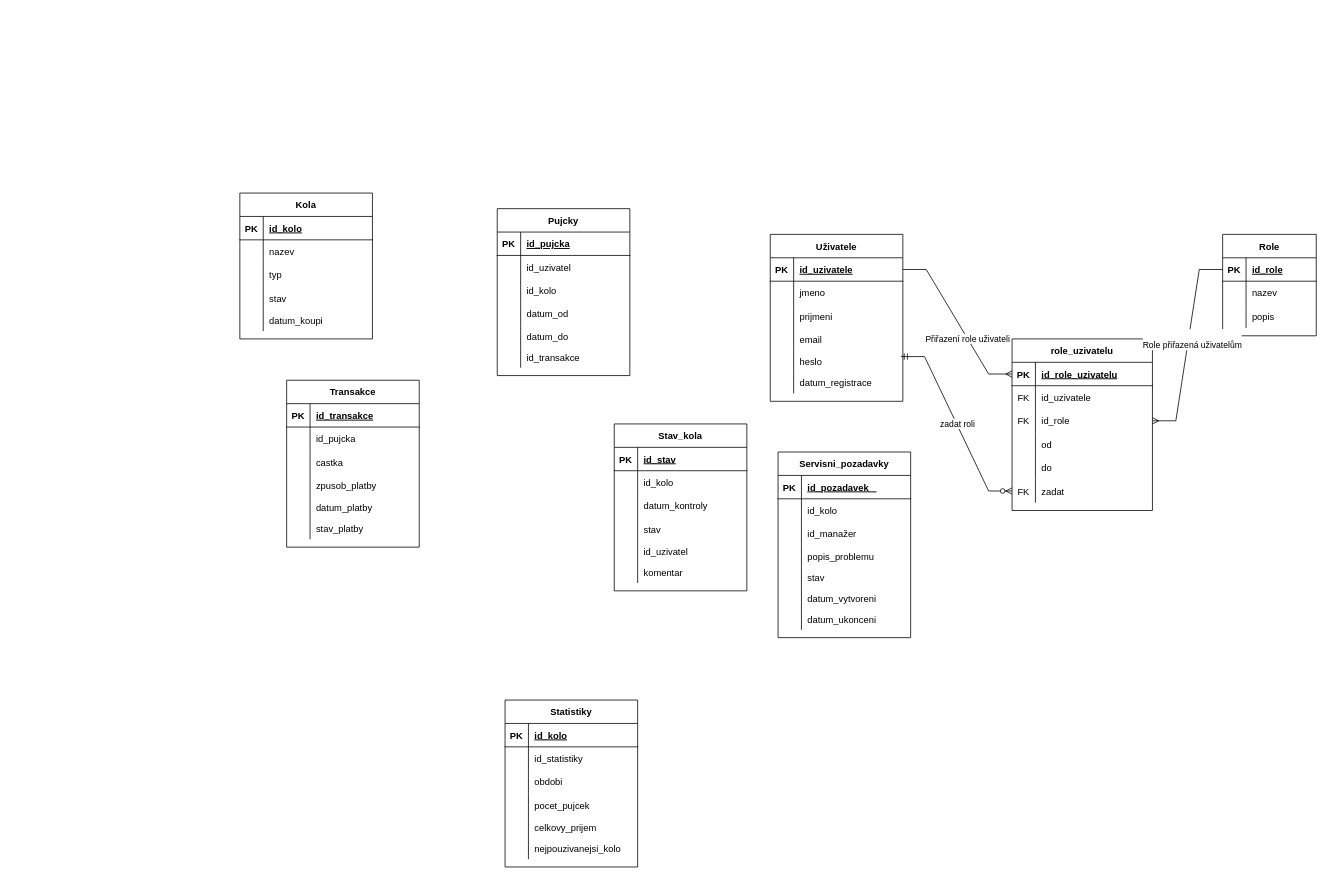
Above: diagrams/main_ERD_v2.drawio in xchubuk/vwa_zs2024-2025_xchubuk_xiur (draw.io), before the change. Source tidied: cells renumbered, new cells numbered last; positions are measured from the earlier drawing's top-left corner, leaving out a move shared by most shapes. Both pictures are drawn from the tidied source at 78%, with x=0, y=0 at pixel (239, 193).
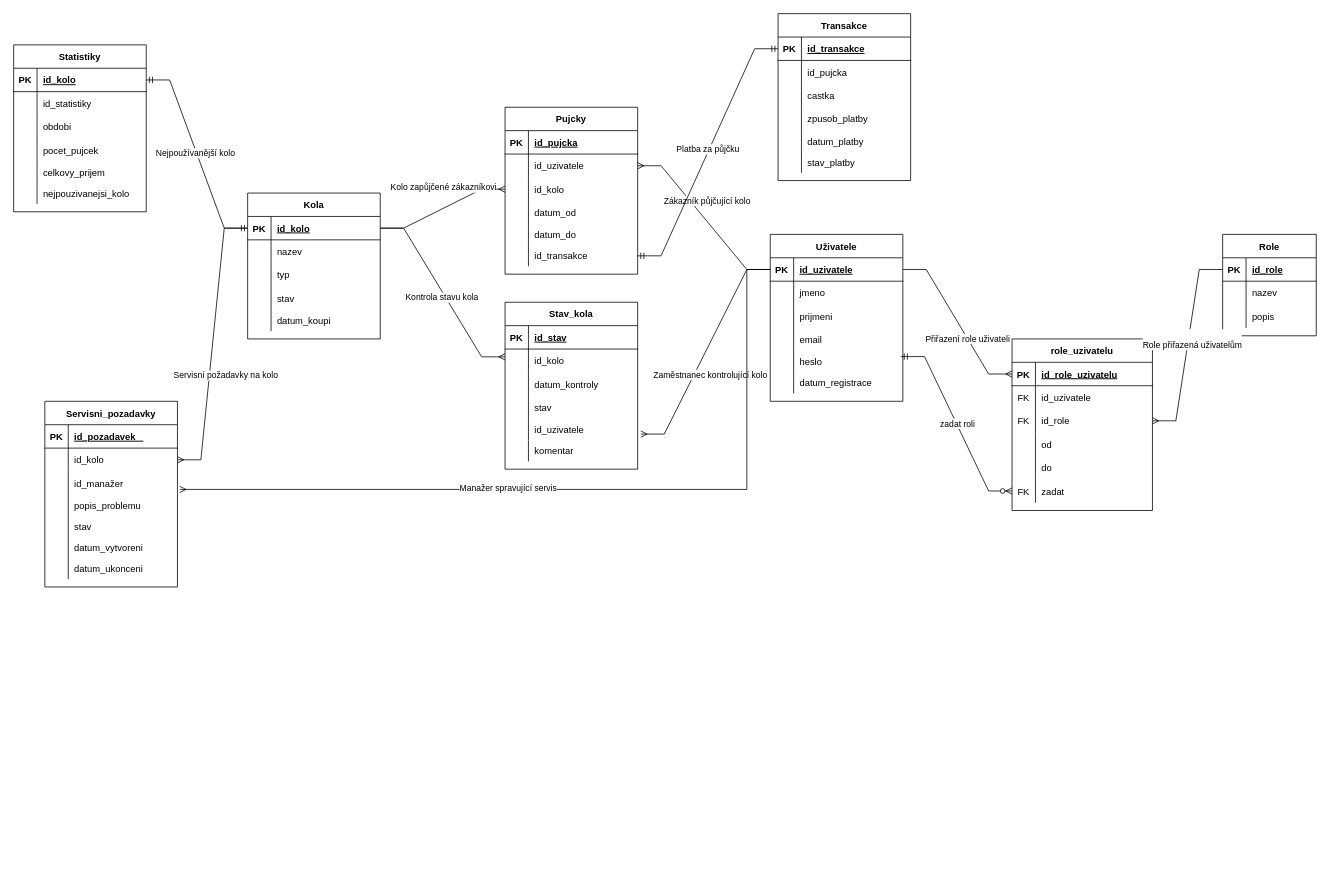
After the change.

The change refers to these unchanged cells:
```xml
<mxCell id="32" style="shape=partialRectangle;fillColor=none;points=[[0,0.5],[1,0.5]];portConstraint=eastwest;top=0;left=0;right=0;bottom=1;" parent="31" vertex="1">
  <mxGeometry y="30" width="170" height="30" as="geometry" />
</mxCell>
<mxCell id="57" style="shape=partialRectangle;fillColor=none;points=[[0,0.5],[1,0.5]];portConstraint=eastwest;top=0;left=0;right=0;bottom=1;" parent="56" vertex="1">
  <mxGeometry y="30" width="170" height="30" as="geometry" />
</mxCell>
<mxCell id="76" style="shape=partialRectangle;fillColor=none;points=[[0,0.5],[1,0.5]];portConstraint=eastwest;top=0;left=0;right=0;bottom=0;" parent="72" vertex="1">
  <mxGeometry y="60" width="170" height="30" as="geometry" />
</mxCell>
<mxCell id="79" style="shape=partialRectangle;fillColor=none;points=[[0,0.5],[1,0.5]];portConstraint=eastwest;top=0;left=0;right=0;bottom=0;" parent="72" vertex="1">
  <mxGeometry y="90" width="170" height="30" as="geometry" />
</mxCell>
<mxCell id="88" style="shape=partialRectangle;fillColor=none;points=[[0,0.5],[1,0.5]];portConstraint=eastwest;top=0;left=0;right=0;bottom=0;" parent="72" vertex="1">
  <mxGeometry y="177" width="170" height="27" as="geometry" />
</mxCell>
<mxCell id="95" style="shape=partialRectangle;fillColor=none;points=[[0,0.5],[1,0.5]];portConstraint=eastwest;top=0;left=0;right=0;bottom=0;" parent="91" vertex="1">
  <mxGeometry y="60" width="170" height="30" as="geometry" />
</mxCell>
<mxCell id="104" style="shape=partialRectangle;fillColor=none;points=[[0,0.5],[1,0.5]];portConstraint=eastwest;top=0;left=0;right=0;bottom=0;" parent="91" vertex="1">
  <mxGeometry y="150" width="170" height="27" as="geometry" />
</mxCell>
<mxCell id="114" style="shape=partialRectangle;fillColor=none;points=[[0,0.5],[1,0.5]];portConstraint=eastwest;top=0;left=0;right=0;bottom=0;" parent="110" vertex="1">
  <mxGeometry y="60" width="170" height="30" as="geometry" />
</mxCell>
<mxCell id="117" style="shape=partialRectangle;fillColor=none;points=[[0,0.5],[1,0.5]];portConstraint=eastwest;top=0;left=0;right=0;bottom=0;" parent="110" vertex="1">
  <mxGeometry y="90" width="170" height="30" as="geometry" />
</mxCell>
<mxCell id="133" style="shape=partialRectangle;fillColor=none;points=[[0,0.5],[1,0.5]];portConstraint=eastwest;top=0;left=0;right=0;bottom=1;" parent="132" vertex="1">
  <mxGeometry y="30" width="170" height="30" as="geometry" />
</mxCell>
<mxCell id="152" style="shape=partialRectangle;fillColor=none;points=[[0,0.5],[1,0.5]];portConstraint=eastwest;top=0;left=0;right=0;bottom=1;" parent="151" vertex="1">
  <mxGeometry y="30" width="170" height="30" as="geometry" />
</mxCell>
```

Diff of the diagram source:
```diff
@@
     <mxCell id="56" value="Kola" style="shape=table;startSize=30;childLayout=tableLayout;rowLines=0;fontStyle=1;align=center;" parent="1" vertex="1">
-      <mxGeometry width="170" height="187" as="geometry" />
+      <mxGeometry x="10" width="170" height="187" as="geometry" />
     </mxCell>
@@
     <mxCell id="72" value="Pujcky" style="shape=table;startSize=30;childLayout=tableLayout;rowLines=0;fontStyle=1;align=center;" parent="1" vertex="1">
-      <mxGeometry x="330" y="20" width="170" height="214" as="geometry" />
+      <mxGeometry x="340" y="-110" width="170" height="214" as="geometry" />
     </mxCell>
@@
-    <mxCell id="78" value="id_uzivatel" style="shape=partialRectangle;overflow=hidden;fillColor=none;top=0;left=0;bottom=0;right=0;align=left;spacingLeft=6;" parent="76" vertex="1">
+    <mxCell id="78" value="id_uzivatele" style="shape=partialRectangle;overflow=hidden;fillColor=none;top=0;left=0;bottom=0;right=0;align=left;spacingLeft=6;" parent="76" vertex="1">
       <mxGeometry x="30" width="140" height="30" as="geometry" />
     </mxCell>
@@
     <mxCell id="91" value="Stav_kola" style="shape=table;startSize=30;childLayout=tableLayout;rowLines=0;fontStyle=1;align=center;" parent="1" vertex="1">
-      <mxGeometry x="480" y="296" width="170" height="214" as="geometry" />
+      <mxGeometry x="340" y="140" width="170" height="214" as="geometry" />
     </mxCell>
@@
-    <mxCell id="106" value="id_uzivatel" style="shape=partialRectangle;overflow=hidden;fillColor=none;top=0;left=0;bottom=0;right=0;align=left;spacingLeft=6;" parent="104" vertex="1">
+    <mxCell id="106" value="id_uzivatele" style="shape=partialRectangle;overflow=hidden;fillColor=none;top=0;left=0;bottom=0;right=0;align=left;spacingLeft=6;" parent="104" vertex="1">
       <mxGeometry x="30" width="140" height="27" as="geometry" />
     </mxCell>
@@
     <mxCell id="110" value="Servisni_pozadavky" style="shape=table;startSize=30;childLayout=tableLayout;rowLines=0;fontStyle=1;align=center;" parent="1" vertex="1">
-      <mxGeometry x="690" y="332" width="170" height="238" as="geometry" />
+      <mxGeometry x="-250" y="267" width="170" height="238" as="geometry" />
     </mxCell>
@@
     <mxCell id="132" value="Transakce" style="shape=table;startSize=30;childLayout=tableLayout;rowLines=0;fontStyle=1;align=center;" parent="1" vertex="1">
-      <mxGeometry x="60" y="240" width="170" height="214" as="geometry" />
+      <mxGeometry x="690" y="-230" width="170" height="214" as="geometry" />
     </mxCell>
@@
     <mxCell id="151" value="Statistiky" style="shape=table;startSize=30;childLayout=tableLayout;rowLines=0;fontStyle=1;align=center;" parent="1" vertex="1">
-      <mxGeometry x="340" y="650" width="170" height="214" as="geometry" />
+      <mxGeometry x="-290" y="-190" width="170" height="214" as="geometry" />
     </mxCell>
@@
+    <mxCell id="170" style="edgeStyle=entityRelationEdgeStyle;fontSize=12;html=1;endArrow=ERmany;rounded=0;exitX=0;exitY=0.5;exitDx=0;exitDy=0;entryX=1;entryY=0.5;entryDx=0;entryDy=0;" parent="1" edge="1" source="32" target="76">
+      <mxGeometry relative="1" as="geometry" />
+    </mxCell>
+    <mxCell id="171" value="Zákazník půjčující kolo" style="edgeLabel;html=1;align=center;verticalAlign=middle;" parent="170" vertex="1">
+      <mxGeometry x="0.23" relative="1" as="geometry">
+        <mxPoint x="21" y="-1" as="offset" />
+      </mxGeometry>
+    </mxCell>
+    <mxCell id="172" style="edgeStyle=entityRelationEdgeStyle;fontSize=12;html=1;endArrow=ERmany;rounded=0;entryX=0;entryY=0.5;entryDx=0;entryDy=0;" parent="1" edge="1" source="57" target="79">
+      <mxGeometry relative="1" as="geometry" />
+    </mxCell>
+    <mxCell id="173" value="Kolo zapůjčené zákazníkovi" style="edgeLabel;html=1;align=center;verticalAlign=middle;" parent="172" vertex="1">
+      <mxGeometry x="0.23" relative="1" as="geometry">
+        <mxPoint x="-17" y="-19" as="offset" />
+      </mxGeometry>
+    </mxCell>
+    <mxCell id="174" style="edgeStyle=entityRelationEdgeStyle;fontSize=12;html=1;endArrow=ERmany;rounded=0;entryX=0;entryY=0.333;entryDx=0;entryDy=0;entryPerimeter=0;" parent="1" edge="1" source="57" target="95">
+      <mxGeometry relative="1" as="geometry" />
+    </mxCell>
+    <mxCell id="175" value="Kontrola stavu kola" style="edgeLabel;html=1;align=center;verticalAlign=middle;" parent="174" vertex="1">
+      <mxGeometry x="0.23" relative="1" as="geometry">
+        <mxPoint x="-17" y="-19" as="offset" />
+      </mxGeometry>
+    </mxCell>
+    <mxCell id="176" style="edgeStyle=entityRelationEdgeStyle;fontSize=12;html=1;endArrow=ERmany;rounded=0;exitX=0;exitY=0.5;exitDx=0;exitDy=0;entryX=1.024;entryY=0.704;entryDx=0;entryDy=0;entryPerimeter=0;" parent="1" edge="1" source="32" target="104">
+      <mxGeometry relative="1" as="geometry" />
+    </mxCell>
+    <mxCell id="177" value="Zaměstnanec kontrolující kolo" style="edgeLabel;html=1;align=center;verticalAlign=middle;" parent="176" vertex="1">
+      <mxGeometry x="0.23" relative="1" as="geometry">
+        <mxPoint x="21" y="-1" as="offset" />
+      </mxGeometry>
+    </mxCell>
+    <mxCell id="178" style="edgeStyle=entityRelationEdgeStyle;fontSize=12;html=1;endArrow=ERmany;rounded=0;exitX=0;exitY=0.5;exitDx=0;exitDy=0;entryX=1;entryY=0.5;entryDx=0;entryDy=0;" parent="1" edge="1" source="57" target="114">
+      <mxGeometry relative="1" as="geometry" />
+    </mxCell>
+    <mxCell id="179" value="Servisní požadavky na kolo" style="edgeLabel;html=1;align=center;verticalAlign=middle;" parent="178" vertex="1">
+      <mxGeometry x="0.23" relative="1" as="geometry">
+        <mxPoint x="21" y="-1" as="offset" />
+      </mxGeometry>
+    </mxCell>
+    <mxCell id="180" style="edgeStyle=elbowEdgeStyle;fontSize=12;html=1;endArrow=ERmany;rounded=0;exitX=0;exitY=0.5;exitDx=0;exitDy=0;entryX=1.017;entryY=0.765;entryDx=0;entryDy=0;entryPerimeter=0;" parent="1" edge="1" source="32" target="117">
+      <mxGeometry relative="1" as="geometry">
+        <Array as="points">
+          <mxPoint x="650" y="290" />
+        </Array>
+      </mxGeometry>
+    </mxCell>
+    <mxCell id="181" value="Manažer spravující servis" style="edgeLabel;html=1;align=center;verticalAlign=middle;" parent="180" vertex="1">
+      <mxGeometry x="0.23" relative="1" as="geometry">
+        <mxPoint x="21" y="-1" as="offset" />
+      </mxGeometry>
+    </mxCell>
+    <mxCell id="182" style="edgeStyle=entityRelationEdgeStyle;fontSize=12;html=1;endArrow=ERmandOne;startArrow=ERmandOne;rounded=0;exitX=1;exitY=0.5;exitDx=0;exitDy=0;entryX=0;entryY=0.5;entryDx=0;entryDy=0;" parent="1" edge="1" source="88" target="133">
+      <mxGeometry relative="1" as="geometry" />
+    </mxCell>
+    <mxCell id="183" value="Platba za půjčku" style="edgeLabel;html=1;align=center;verticalAlign=middle;" parent="182" vertex="1">
+      <mxGeometry x="0.02" y="3" relative="1" as="geometry">
+        <mxPoint x="1" as="offset" />
+      </mxGeometry>
+    </mxCell>
+    <mxCell id="184" style="edgeStyle=entityRelationEdgeStyle;fontSize=12;html=1;endArrow=ERmandOne;startArrow=ERmandOne;rounded=0;exitX=0;exitY=0.5;exitDx=0;exitDy=0;entryX=1;entryY=0.5;entryDx=0;entryDy=0;" parent="1" edge="1" source="57" target="152">
+      <mxGeometry relative="1" as="geometry" />
+    </mxCell>
+    <mxCell id="185" value="Nejpoužívanější kolo" style="edgeLabel;html=1;align=center;verticalAlign=middle;" parent="184" vertex="1">
+      <mxGeometry x="0.02" y="3" relative="1" as="geometry">
+        <mxPoint x="1" as="offset" />
+      </mxGeometry>
+    </mxCell>
```
